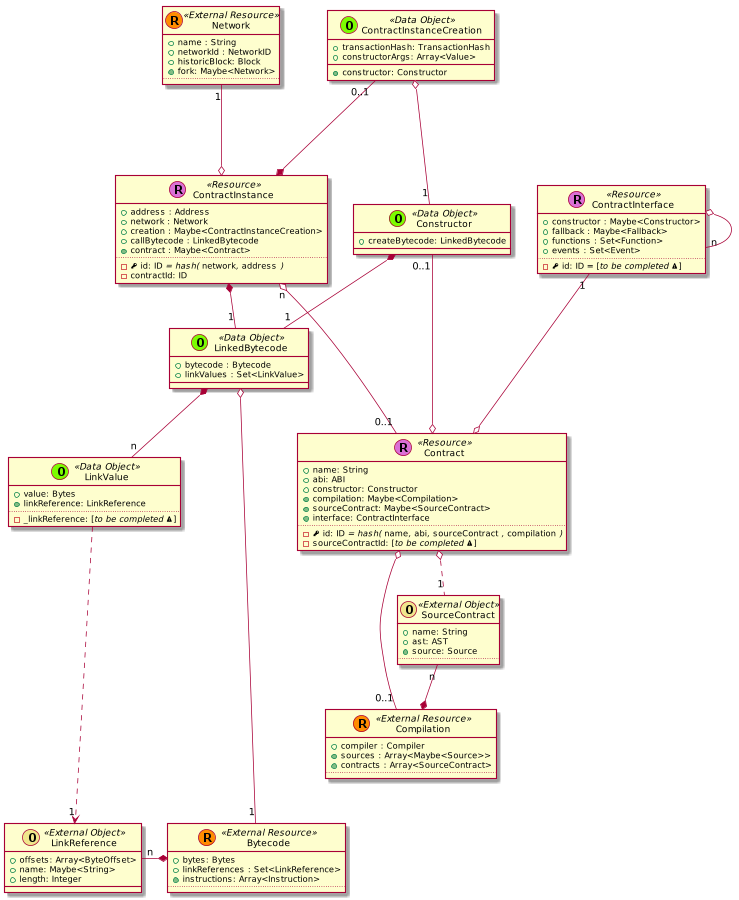
This is contrib/trufflesuite/glossary-changes/_images/plantuml-e73463bf56cf53955e1b6b8449712d7e1e6c756b.png from trufflesuite/artifact-updates, a PlantUML export, as it was before one commit. Source of this version:
```plantuml
@startuml
scale 0.75





skinparam defaultMonospacedFontName Andale Mono



    class Contract << (R,orchid) Resource >> {
      + name: String
      + abi: ABI
      + constructor: Constructor
      + {method} compilation: Maybe<Compilation>
      + {method} sourceContract: Maybe<SourceContract>
      + {method} interface: ContractInterface
      ..
      - {field} <&key> id: ID //= hash(// ""name""//,// ""abi""//,// ""sourceContract"" //,// ""compilation"" //)//
      - sourceContractId: [//to be completed <&warning>//]
    }


  class ContractInstance << (R,orchid) Resource >> {
    + address : Address
    + network : Network
    + creation : Maybe<ContractInstanceCreation>
    + callBytecode : LinkedBytecode
    + {method} contract : Maybe<Contract>
    ..
    - {field} <&key> id: ID //= hash(// ""network""//,// ""address"" //)//
    - contractId: ID
  }

  ContractInstanceCreation "0..1" ---* ContractInstance

  class ContractInterface << (R,orchid) Resource >> {
    + constructor : Maybe<Constructor>
    + fallback : Maybe<Fallback>
    + functions : Set<Function>
    + events : Set<Event>
    ..
    - {field} <&key> id: ID = [//to be completed <&warning>//]
  }

  ContractInterface o-- "n" ContractInterface



  class Constructor << (O,lawngreen) Data Object >> {
    + createBytecode: LinkedBytecode
  }



    class Bytecode << (R,darkorange) External Resource >> {
      + bytes: Bytes
      + linkReferences : Set<LinkReference>
      + {method} instructions: Array<Instruction>
      ..
    }






    class Compilation << (R,darkorange) External Resource >> {
      + compiler : Compiler
      + {method} sources : Array<Maybe<Source>>
      + {method} contracts : Array<SourceContract>
      ..
    }

  SourceContract "n" --* Compilation

    class Network << (R,darkorange) External Resource >> {
      + name : String
      + networkId : NetworkID
      + historicBlock: Block
      + {method} fork: Maybe<Network>
      ..
    }








    class LinkedBytecode << (O,lawngreen) Data Object >> {
      + bytecode : Bytecode
      + linkValues : Set<LinkValue>
    }


    class ContractInstanceCreation << (O,lawngreen) Data Object >> {
      + transactionHash: TransactionHash
      + constructorArgs: Array<Value>
      + {method} constructor: Constructor
    }

    class LinkValue << (O,lawngreen) Data Object >> {
      + value: Bytes
      + {method} linkReference: LinkReference
      ..
      - _linkReference: [//to be completed <&warning>//]
    }

    class LinkReference << (O,khaki) External Object >> {
      + offsets: Array<ByteOffset>
      + name: Maybe<String>
      + length: Integer
    }



    class SourceContract << (O,khaki) External Object >> {
      + name: String
      + ast: AST
      + {method} source: Source
      ..
    }





  ContractInstance "n" o--- "0..1" Contract

  Constructor "0..1" ---o Contract

  ContractInterface "1" ---o Contract


  Contract o-- "0..1" Compilation
  Contract o.. "1" SourceContract

  LinkedBytecode o---- "1" Bytecode

  LinkedBytecode *-- "n" LinkValue

  LinkReference "n" -* Bytecode

  LinkValue ....> "1" LinkReference



  Network "1" ---o ContractInstance

  ContractInstanceCreation o-- "1" Constructor

  ContractInstance *-- "1" LinkedBytecode

  Constructor *-- "1" LinkedBytecode










@enduml
```
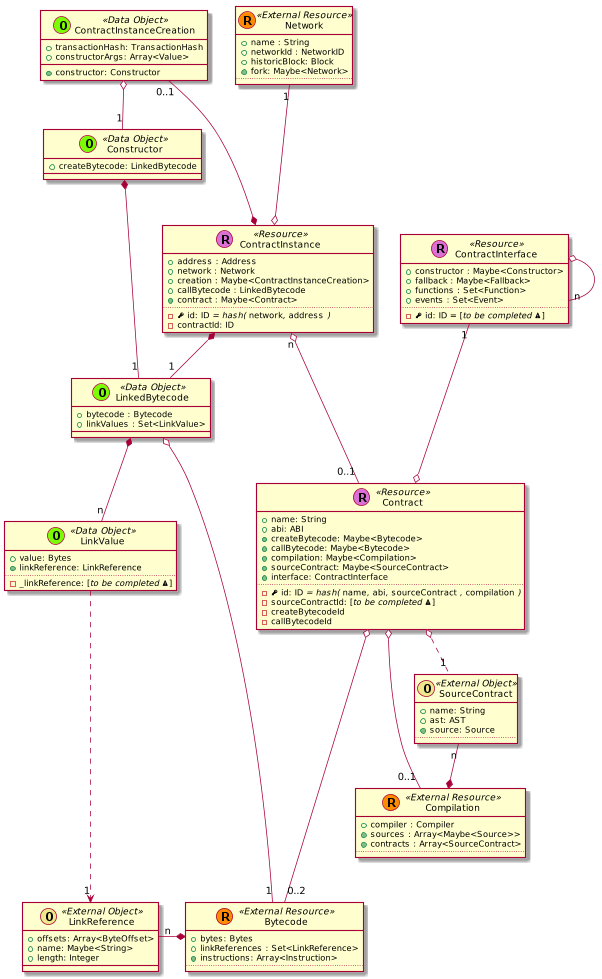
The same diagram one commit later.

Diff of the diagram source:
```diff
@@ -9,16 +9,21 @@
 
 
 
+
+
     class Contract << (R,orchid) Resource >> {
       + name: String
       + abi: ABI
-      + constructor: Constructor
+      + {method} createBytecode: Maybe<Bytecode>
+      + {method} callBytecode: Maybe<Bytecode>
       + {method} compilation: Maybe<Compilation>
       + {method} sourceContract: Maybe<SourceContract>
       + {method} interface: ContractInterface
       ..
       - {field} <&key> id: ID //= hash(// ""name""//,// ""abi""//,// ""sourceContract"" //,// ""compilation"" //)//
       - sourceContractId: [//to be completed <&warning>//]
+      - createBytecodeId
+      - callBytecodeId
     }
 
 
@@ -116,7 +121,6 @@
     }
 
 
-
     class SourceContract << (O,khaki) External Object >> {
       + name: String
       + ast: AST
@@ -128,12 +132,15 @@
 
 
 
+
+
+
+
   ContractInstance "n" o--- "0..1" Contract
 
-  Constructor "0..1" ---o Contract
+  Contract o-- "0..2" Bytecode
 
   ContractInterface "1" ---o Contract
-
 
   Contract o-- "0..1" Compilation
   Contract o.. "1" SourceContract
```
